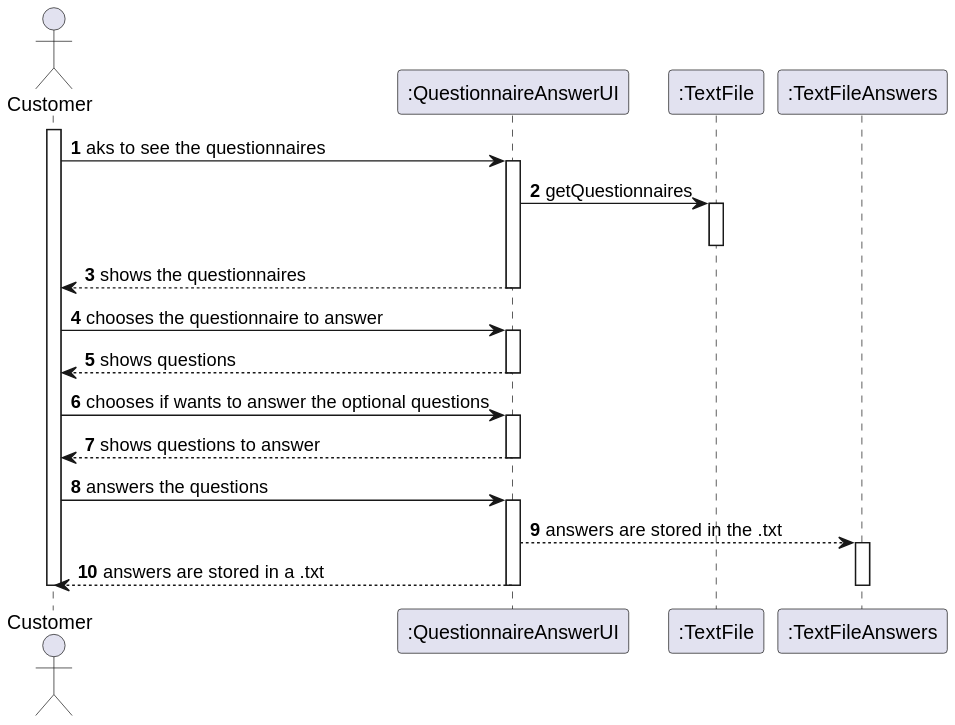
This is docs/Sprint4/US3501/US3501_SD.svg from marttuga/LAPR4-SmartSystems, a PlantUML export, as it was before one commit.
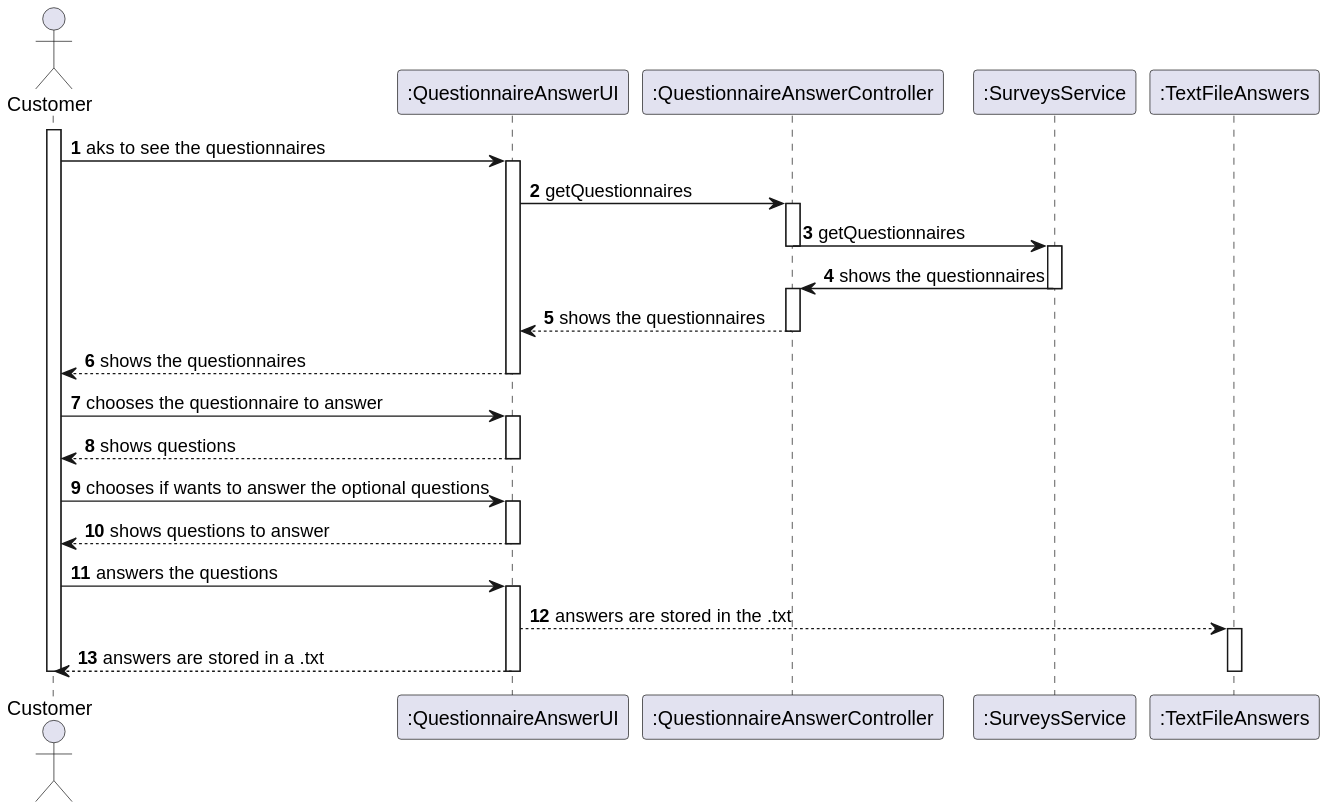
The same diagram one commit later.

The edit, as a diff of the source:
```diff
@@ -2,7 +2,8 @@
 autonumber
 actor "Customer" as PM
 participant ":QuestionnaireAnswerUI" as UI
-participant ":TextFile" as TF
+participant ":QuestionnaireAnswerController" as C
+participant ":SurveysService" as S
 participant ":TextFileAnswers" as T
 
 
@@ -11,11 +12,16 @@
 PM -> UI : aks to see the questionnaires
 activate UI
 
-UI -> TF : getQuestionnaires
-activate TF
-
-deactivate TF
-
+UI -> C : getQuestionnaires
+activate C
+C -> S : getQuestionnaires
+deactivate C
+activate S
+S -> C: shows the questionnaires
+deactivate S
+activate C
+C --> UI : shows the questionnaires
+deactivate C
 UI --> PM : shows the questionnaires
 deactivate UI
 
```
